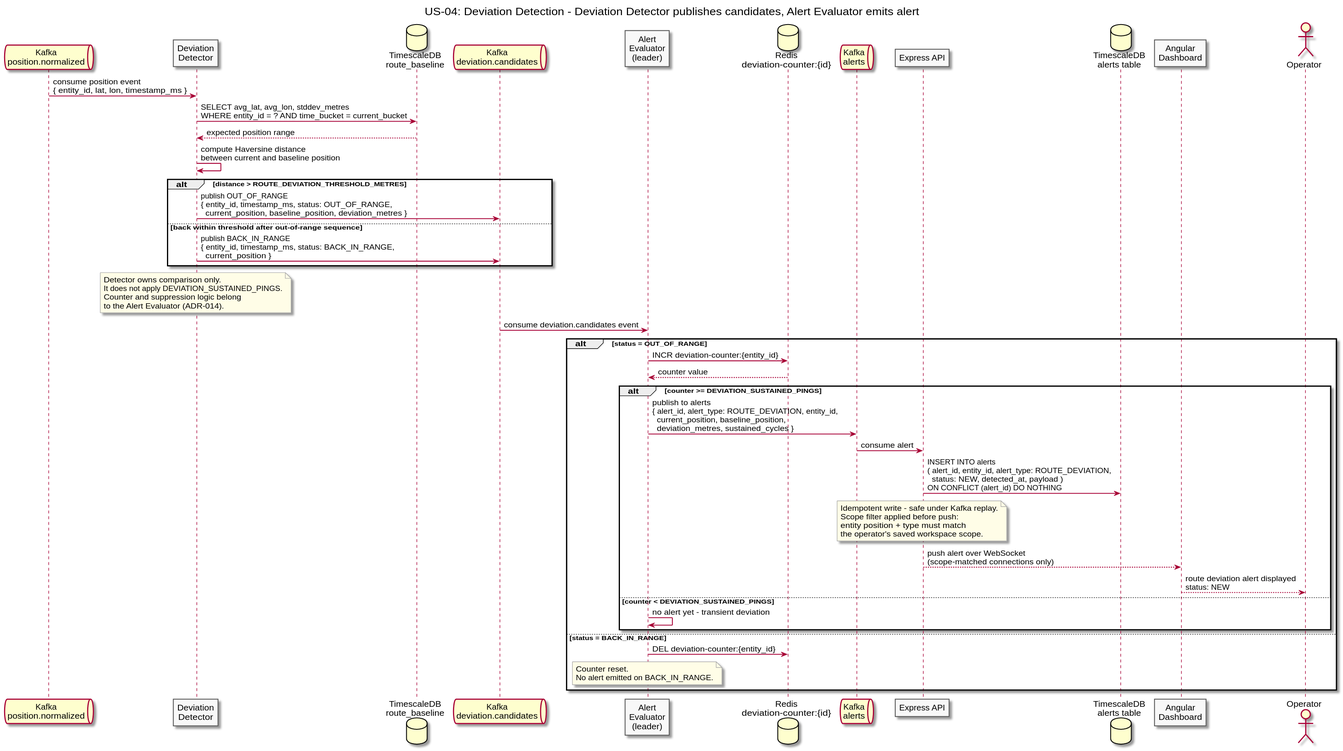
Earlier version of the PlantUML export diagrams/docs/use-cases/US-04-route-deviation-alert/deviation-detection.svg (Buffden/sentinel).
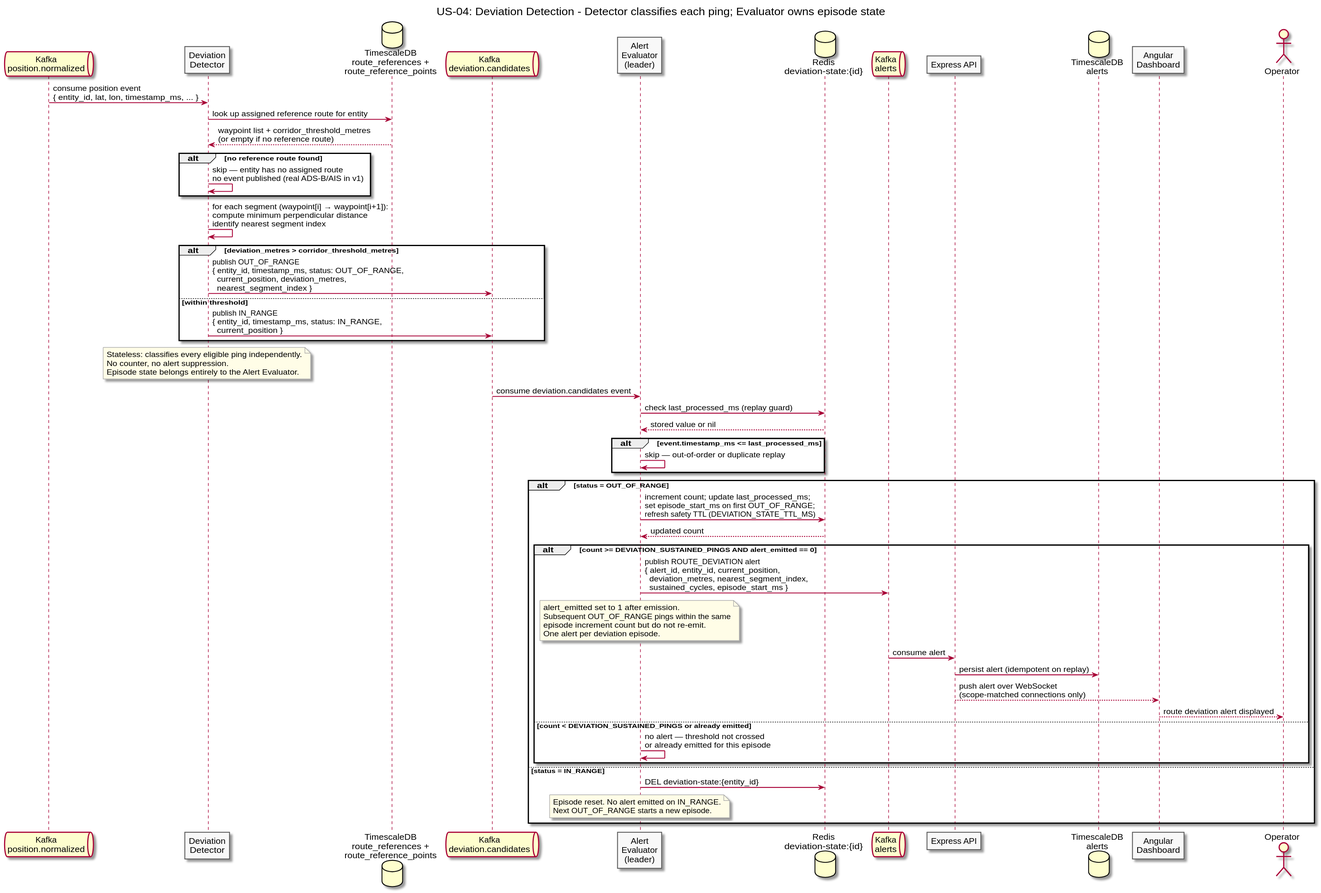
The same file after the commit.

The edit, as a diff of the source:
```diff
@@ -1,5 +1,5 @@
 @startuml deviation-detection
-title US-04: Deviation Detection - Deviation Detector publishes candidates, Alert Evaluator emits alert
+title US-04: Deviation Detection - Detector classifies each ping; Evaluator owns episode state
 
 skinparam sequenceArrowThickness 1.5
 skinparam participantBorderColor #555555
@@ -9,63 +9,75 @@
 
 queue "Kafka\nposition.normalized" as NormKafka
 participant "Deviation\nDetector" as Detector
-database "TimescaleDB\nroute_baseline" as Baseline
+database "TimescaleDB\nroute_references +\nroute_reference_points" as RoutePoints
 queue "Kafka\ndeviation.candidates" as DevCandKafka
 participant "Alert\nEvaluator\n(leader)" as Evaluator
-database "Redis\ndeviation-counter:{id}" as DevState
+database "Redis\ndeviation-state:{id}" as DevState
 queue "Kafka\nalerts" as Alerts
 participant "Express API" as API
-database "TimescaleDB\nalerts table" as TSDB
+database "TimescaleDB\nalerts" as TSDB
 participant "Angular\nDashboard" as Dashboard
 actor Operator
 
-NormKafka -> Detector : consume position event\n{ entity_id, lat, lon, timestamp_ms }
+NormKafka -> Detector : consume position event\n{ entity_id, lat, lon, timestamp_ms, ... }
 
-Detector -> Baseline : SELECT avg_lat, avg_lon, stddev_metres\nWHERE entity_id = ? AND time_bucket = current_bucket
-Baseline --> Detector : expected position range
+Detector -> RoutePoints : look up assigned reference route for entity
+RoutePoints --> Detector : waypoint list + corridor_threshold_metres\n(or empty if no reference route)
 
-Detector -> Detector : compute Haversine distance\nbetween current and baseline position
+alt no reference route found
+  Detector -> Detector : skip — entity has no assigned route\nno event published (real ADS-B/AIS in v1)
+end
 
-alt distance > ROUTE_DEVIATION_THRESHOLD_METRES
-  Detector -> DevCandKafka : publish OUT_OF_RANGE\n{ entity_id, timestamp_ms, status: OUT_OF_RANGE,\n  current_position, baseline_position, deviation_metres }
-else back within threshold after out-of-range sequence
-  Detector -> DevCandKafka : publish BACK_IN_RANGE\n{ entity_id, timestamp_ms, status: BACK_IN_RANGE,\n  current_position }
+Detector -> Detector : for each segment (waypoint[i] → waypoint[i+1]):\ncompute minimum perpendicular distance\nidentify nearest segment index
+
+alt deviation_metres > corridor_threshold_metres
+  Detector -> DevCandKafka : publish OUT_OF_RANGE\n{ entity_id, timestamp_ms, status: OUT_OF_RANGE,\n  current_position, deviation_metres,\n  nearest_segment_index }
+else within threshold
+  Detector -> DevCandKafka : publish IN_RANGE\n{ entity_id, timestamp_ms, status: IN_RANGE,\n  current_position }
 end
 
 note over Detector
-  Detector owns comparison only.
-  It does not apply DEVIATION_SUSTAINED_PINGS.
-  Counter and suppression logic belong
-  to the Alert Evaluator (ADR-014).
+  Stateless: classifies every eligible ping independently.
+  No counter, no alert suppression.
+  Episode state belongs entirely to the Alert Evaluator.
 end note
 
 DevCandKafka -> Evaluator : consume deviation.candidates event
 
+Evaluator -> DevState : check last_processed_ms (replay guard)
+DevState --> Evaluator : stored value or nil
+
+alt event.timestamp_ms <= last_processed_ms
+  Evaluator -> Evaluator : skip — out-of-order or duplicate replay
+end
+
 alt status = OUT_OF_RANGE
-  Evaluator -> DevState : INCR deviation-counter:{entity_id}
-  DevState --> Evaluator : counter value
+  Evaluator -> DevState : increment count; update last_processed_ms;\nset episode_start_ms on first OUT_OF_RANGE;\nrefresh safety TTL (DEVIATION_STATE_TTL_MS)
+  DevState --> Evaluator : updated count
 
-  alt counter >= DEVIATION_SUSTAINED_PINGS
-    Evaluator -> Alerts : publish to alerts\n{ alert_id, alert_type: ROUTE_DEVIATION, entity_id,\n  current_position, baseline_position,\n  deviation_metres, sustained_cycles }
+  alt count >= DEVIATION_SUSTAINED_PINGS AND alert_emitted == 0
+    Evaluator -> Alerts : publish ROUTE_DEVIATION alert\n{ alert_id, entity_id, current_position,\n  deviation_metres, nearest_segment_index,\n  sustained_cycles, episode_start_ms }
+
+    note over Evaluator
+      alert_emitted set to 1 after emission.
+      Subsequent OUT_OF_RANGE pings within the same
+      episode increment count but do not re-emit.
+      One alert per deviation episode.
+    end note
+
     Alerts -> API : consume alert
-    API -> TSDB : INSERT INTO alerts\n( alert_id, entity_id, alert_type: ROUTE_DEVIATION,\n  status: NEW, detected_at, payload )\nON CONFLICT (alert_id) DO NOTHING
-    note over API
-      Idempotent write - safe under Kafka replay.
-      Scope filter applied before push:
-      entity position + type must match
-      the operator's saved workspace scope.
-    end note
+    API -> TSDB : persist alert (idempotent on replay)
     API --> Dashboard : push alert over WebSocket\n(scope-matched connections only)
-    Dashboard --> Operator : route deviation alert displayed\nstatus: NEW
-  else counter < DEVIATION_SUSTAINED_PINGS
-    Evaluator -> Evaluator : no alert yet - transient deviation
+    Dashboard --> Operator : route deviation alert displayed
+  else count < DEVIATION_SUSTAINED_PINGS or already emitted
+    Evaluator -> Evaluator : no alert — threshold not crossed\nor already emitted for this episode
   end
 
-else status = BACK_IN_RANGE
-  Evaluator -> DevState : DEL deviation-counter:{entity_id}
+else status = IN_RANGE
+  Evaluator -> DevState : DEL deviation-state:{entity_id}
   note over Evaluator
-    Counter reset.
-    No alert emitted on BACK_IN_RANGE.
+    Episode reset. No alert emitted on IN_RANGE.
+    Next OUT_OF_RANGE starts a new episode.
   end note
 end
 
```
